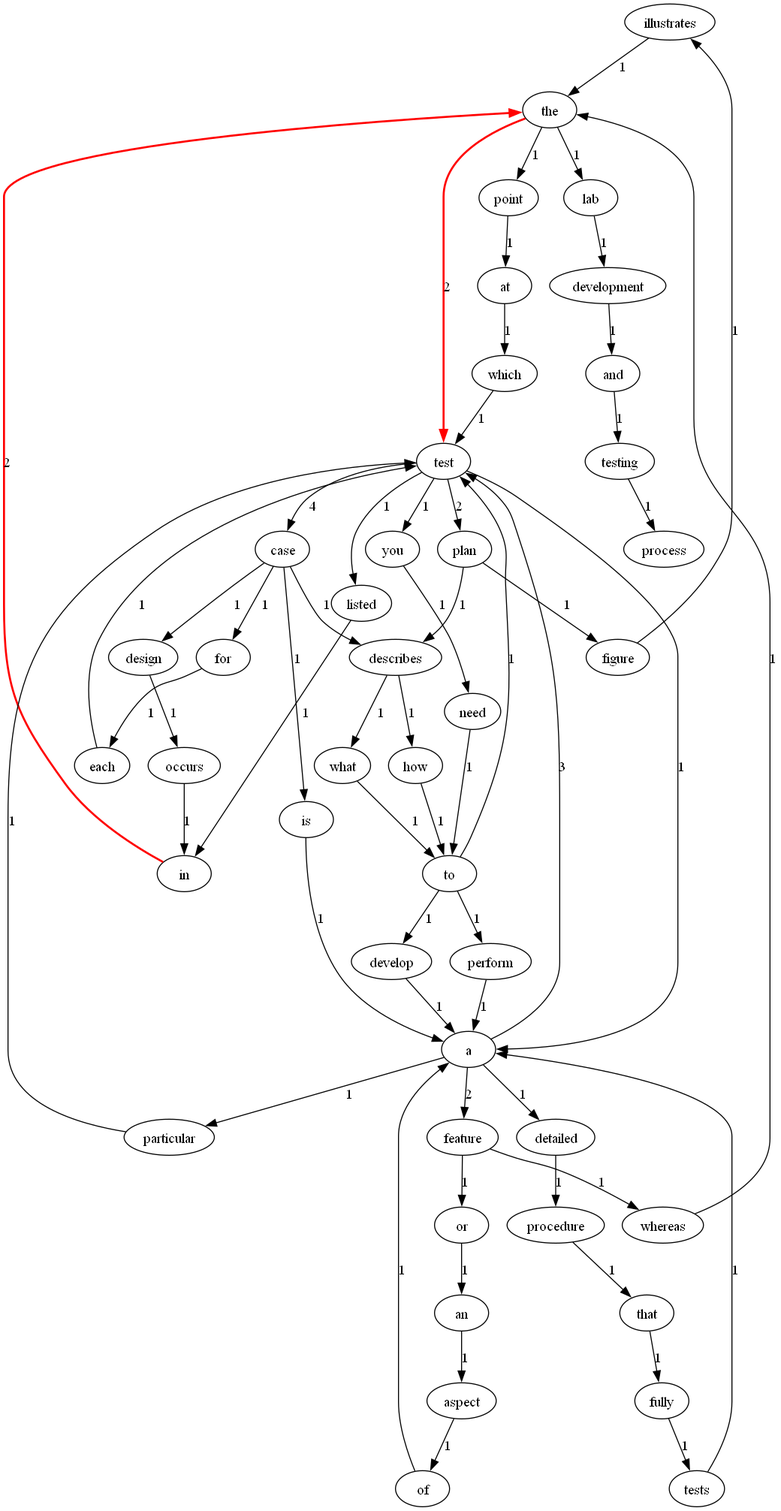
Above: src/shortest_path.png in Lr1505/Software_engineering (Graphviz), before the change. Its source is kept beside it as src/shortest_path.dot.
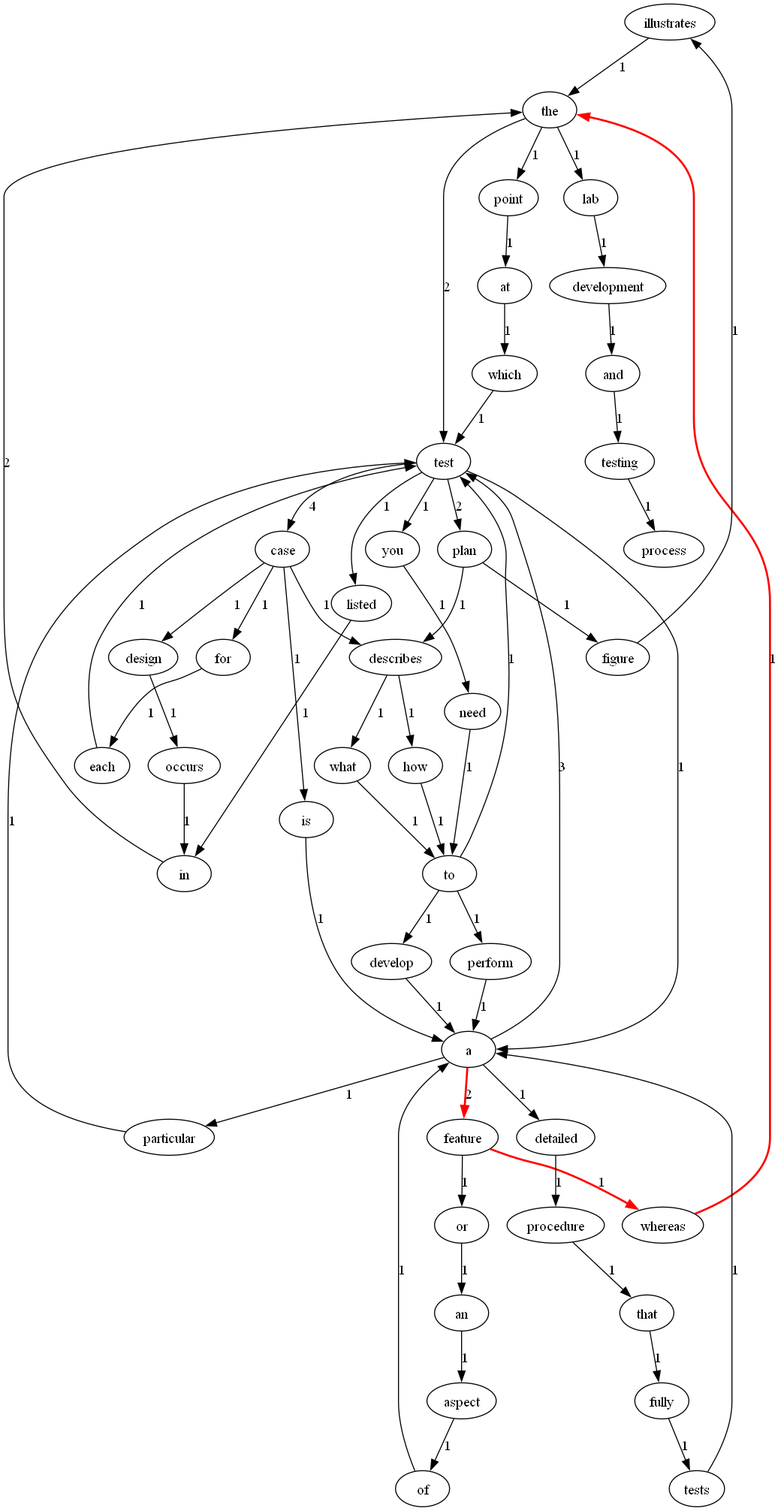
The same file after the commit.

Change to the diagram source:
```diff
@@ -7,12 +7,12 @@
 that -> fully [label=1];
 how -> to [label=1];
 feature -> or [label=1];
-feature -> whereas [label=1];
+feature -> whereas [label=1, color=red, penwidth=2.0];
 and -> testing [label=1];
 aspect -> of [label=1];
 of -> a [label=1];
 design -> occurs [label=1];
-whereas -> the [label=1];
+whereas -> the [label=1, color=red, penwidth=2.0];
 plan -> figure [label=1];
 plan -> describes [label=1];
 case -> design [label=1];
@@ -23,7 +23,7 @@
 you -> need [label=1];
 which -> test [label=1];
 a -> test [label=3];
-a -> feature [label=2];
+a -> feature [label=2, color=red, penwidth=2.0];
 a -> detailed [label=1];
 a -> particular [label=1];
 figure -> illustrates [label=1];
@@ -35,7 +35,7 @@
 test -> case [label=4];
 test -> you [label=1];
 need -> to [label=1];
-in -> the [label=2, color=red, penwidth=2.0];
+in -> the [label=2];
 testing -> process [label=1];
 perform -> a [label=1];
 is -> a [label=1];
@@ -46,7 +46,7 @@
 describes -> how [label=1];
 describes -> what [label=1];
 each -> test [label=1];
-the -> test [label=2, color=red, penwidth=2.0];
+the -> test [label=2];
 the -> lab [label=1];
 the -> point [label=1];
 tests -> a [label=1];
```
